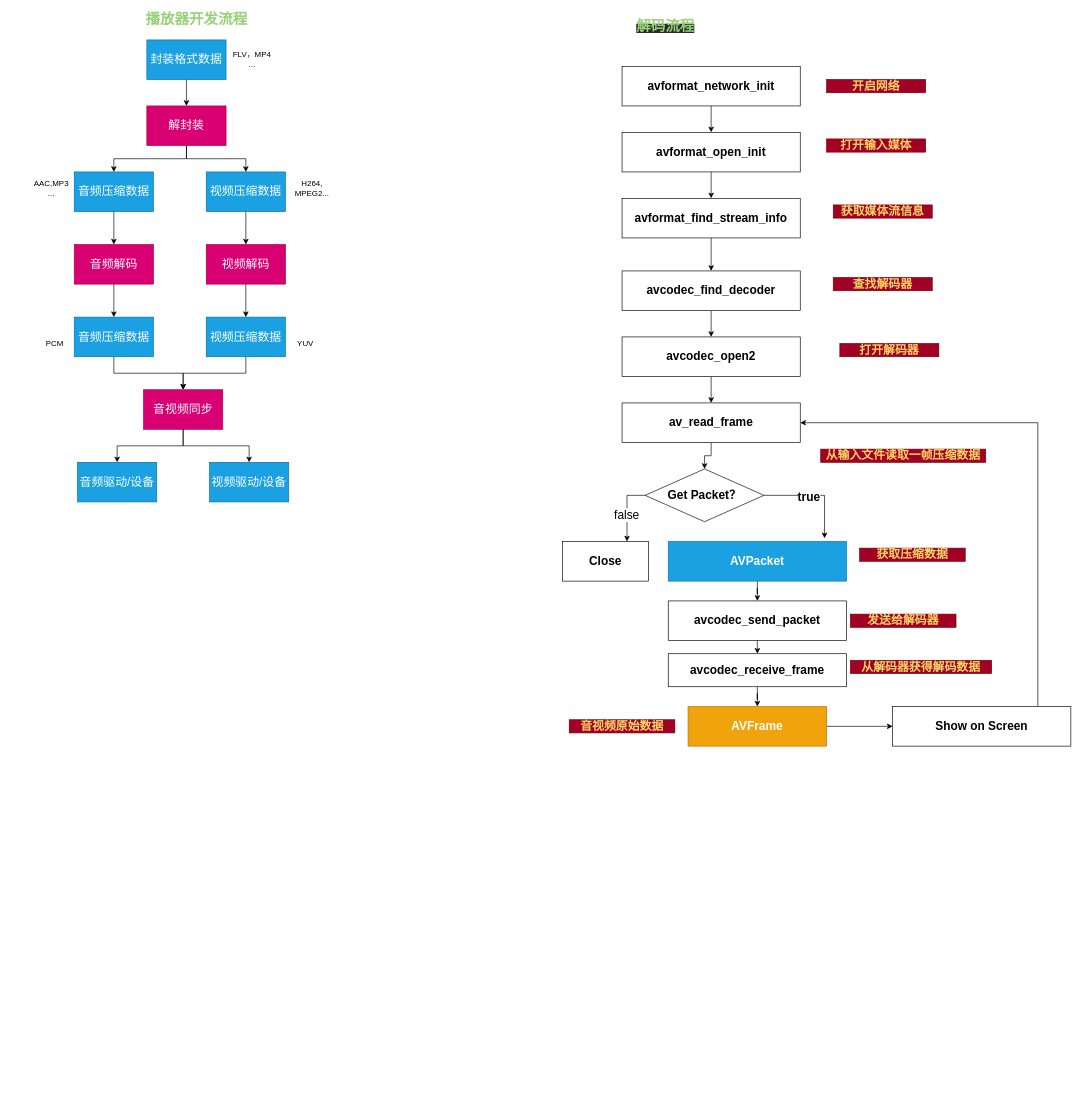
This is page "FFmpeg" (9 of 9) of docs/架构.drawio from zcwfeng/zcw_android_demo, a draw.io file, before an edit. Source tidied: cells renumbered, new cells numbered last; positions are measured from the earlier drawing's top-left corner, leaving out a move shared by most shapes. Both pictures are drawn from the tidied source at 66%, with x=0, y=0 at pixel (28, 13).
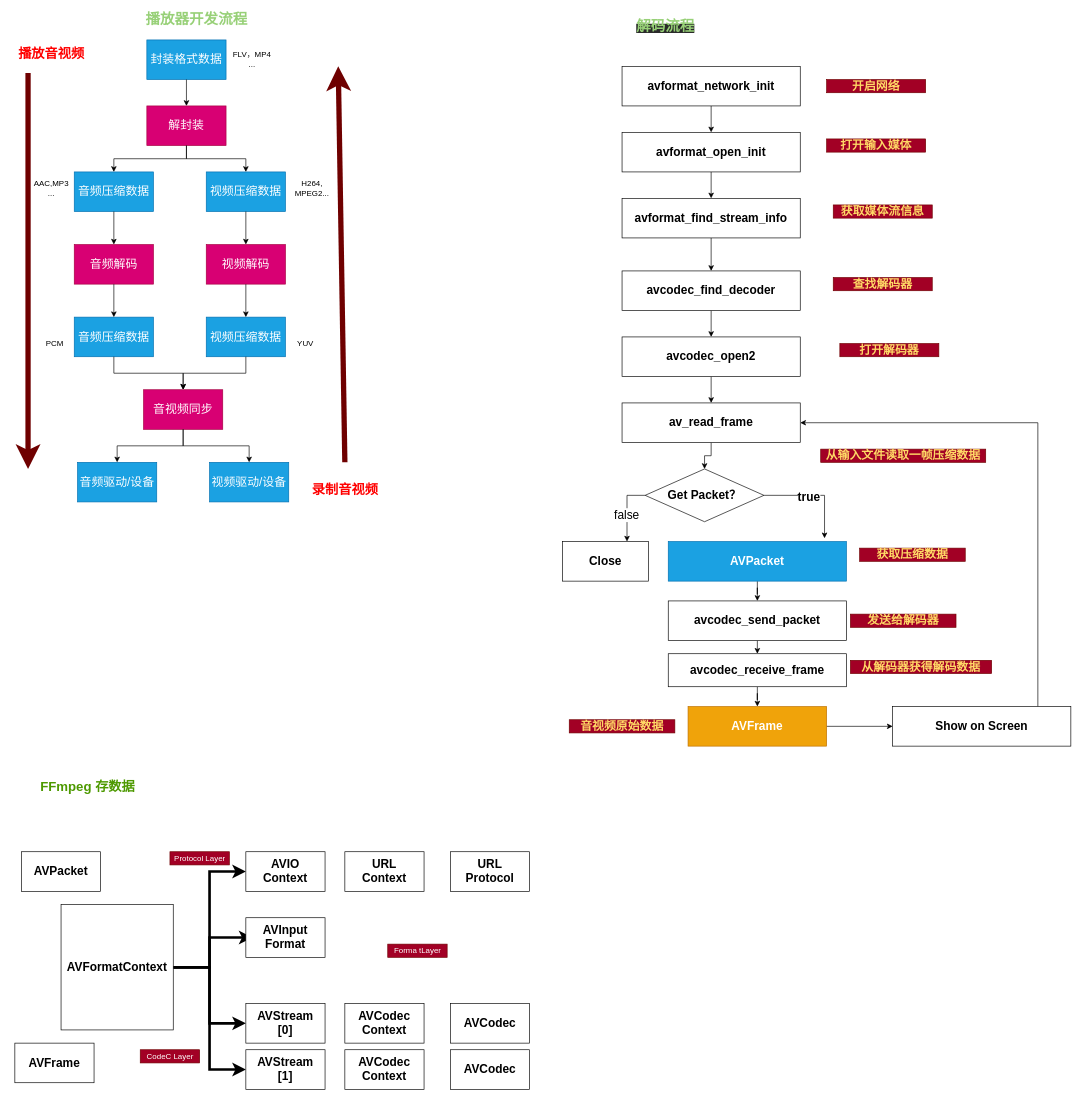
Above is the later version.

Diff of the diagram source:
```diff
@@
+    <mxCell id="72" style="group;" parent="1" vertex="1">
+      <mxGeometry width="540" height="740" as="geometry" />
+    </mxCell>
-    <mxCell id="41" style="group;" parent="1" vertex="1">
+    <mxCell id="41" style="group;" parent="72" vertex="1">
       <mxGeometry width="465" height="740" as="geometry" />
     </mxCell>
@@
+    <mxCell id="73" value="&lt;b&gt;&lt;font color=&quot;#ff0000&quot; style=&quot;font-size: 20px&quot;&gt;播放音视频&lt;/font&gt;&lt;/b&gt;" style="text;html=1;align=center;verticalAlign=middle;" parent="41" vertex="1">
+      <mxGeometry x="-25" y="50" width="120" height="20" as="geometry" />
+    </mxCell>
+    <mxCell id="74" style="endArrow=classic;html=1;strokeWidth=8;sourcePerimeterSpacing=1;targetPerimeterSpacing=8;endSize=12;fillColor=#a20025;strokeColor=#6F0000;" parent="72" edge="1">
+      <mxGeometry relative="1" as="geometry">
+        <mxPoint y="90" as="sourcePoint" />
+        <mxPoint y="690" as="targetPoint" />
+      </mxGeometry>
+    </mxCell>
+    <mxCell id="75" style="endArrow=classic;html=1;strokeWidth=8;sourcePerimeterSpacing=1;targetPerimeterSpacing=8;endSize=12;fillColor=#a20025;strokeColor=#6F0000;" parent="72" edge="1">
+      <mxGeometry relative="1" as="geometry">
+        <mxPoint x="480" y="680" as="sourcePoint" />
+        <mxPoint x="470" y="80" as="targetPoint" />
+      </mxGeometry>
+    </mxCell>
+    <mxCell id="76" value="&lt;b&gt;&lt;font color=&quot;#ff0000&quot; style=&quot;font-size: 20px&quot;&gt;录制音视频&lt;/font&gt;&lt;/b&gt;" style="text;html=1;align=center;verticalAlign=middle;" parent="72" vertex="1">
+      <mxGeometry x="420" y="710" width="120" height="20" as="geometry" />
+    </mxCell>
+    <mxCell id="77" value="&lt;b&gt;&lt;font style=&quot;font-size: 18px&quot;&gt;AVPacket&lt;/font&gt;&lt;/b&gt;" style="rounded=0;whiteSpace=wrap;html=1;" parent="1" vertex="1">
+      <mxGeometry x="-10" y="1270" width="120" height="60" as="geometry" />
+    </mxCell>
+    <mxCell id="78" value="&lt;b&gt;&lt;font style=&quot;font-size: 20px&quot; color=&quot;#4d9900&quot;&gt;FFmpeg 存数据&lt;/font&gt;&lt;/b&gt;" style="text;html=1;align=center;verticalAlign=middle;" parent="1" vertex="1">
+      <mxGeometry x="10" y="1160" width="160" height="20" as="geometry" />
+    </mxCell>
+    <mxCell id="79" value="&lt;b&gt;&lt;font style=&quot;font-size: 18px&quot;&gt;AVFrame&lt;/font&gt;&lt;/b&gt;" style="rounded=0;whiteSpace=wrap;html=1;" parent="1" vertex="1">
+      <mxGeometry x="-20" y="1560" width="120" height="60" as="geometry" />
+    </mxCell>
+    <mxCell id="80" style="edgeStyle=orthogonalEdgeStyle;rounded=0;jettySize=auto;html=1;exitX=1;exitY=0.5;exitDx=0;exitDy=0;entryX=0;entryY=0.5;entryDx=0;entryDy=0;endSize=8;strokeWidth=4;" parent="1" edge="1" source="84" target="85">
+      <mxGeometry relative="1" as="geometry" />
+    </mxCell>
+    <mxCell id="81" style="edgeStyle=orthogonalEdgeStyle;rounded=0;jettySize=auto;html=1;exitX=1;exitY=0.5;exitDx=0;exitDy=0;entryX=0;entryY=0.5;entryDx=0;entryDy=0;endSize=8;strokeWidth=4;" parent="1" edge="1" source="84" target="88">
+      <mxGeometry relative="1" as="geometry" />
+    </mxCell>
+    <mxCell id="82" style="edgeStyle=orthogonalEdgeStyle;rounded=0;jettySize=auto;html=1;entryX=0.083;entryY=0.5;entryDx=0;entryDy=0;entryPerimeter=0;endSize=8;strokeWidth=4;" parent="1" edge="1" source="84" target="94">
+      <mxGeometry relative="1" as="geometry" />
+    </mxCell>
+    <mxCell id="83" style="edgeStyle=orthogonalEdgeStyle;rounded=0;jettySize=auto;html=1;endSize=8;strokeWidth=4;" parent="1" edge="1" source="84" target="91">
+      <mxGeometry relative="1" as="geometry" />
+    </mxCell>
+    <mxCell id="84" value="&lt;b&gt;&lt;font style=&quot;font-size: 18px&quot;&gt;AVFormatContext&lt;/font&gt;&lt;/b&gt;" style="rounded=0;whiteSpace=wrap;html=1;" parent="1" vertex="1">
+      <mxGeometry x="50" y="1350" width="170" height="190" as="geometry" />
+    </mxCell>
+    <mxCell id="85" value="&lt;b&gt;&lt;font style=&quot;font-size: 18px&quot;&gt;AVIO&lt;br&gt;Context&lt;br&gt;&lt;/font&gt;&lt;/b&gt;" style="rounded=0;whiteSpace=wrap;html=1;" parent="1" vertex="1">
+      <mxGeometry x="330" y="1270" width="120" height="60" as="geometry" />
+    </mxCell>
+    <mxCell id="86" value="&lt;b&gt;&lt;font style=&quot;font-size: 18px&quot;&gt;URL&lt;br&gt;Context&lt;br&gt;&lt;/font&gt;&lt;/b&gt;" style="rounded=0;whiteSpace=wrap;html=1;" parent="1" vertex="1">
+      <mxGeometry x="480" y="1270" width="120" height="60" as="geometry" />
+    </mxCell>
+    <mxCell id="87" value="&lt;b&gt;&lt;font style=&quot;font-size: 18px&quot;&gt;URL&lt;br&gt;Protocol&lt;br&gt;&lt;/font&gt;&lt;/b&gt;" style="rounded=0;whiteSpace=wrap;html=1;" parent="1" vertex="1">
+      <mxGeometry x="640" y="1270" width="120" height="60" as="geometry" />
+    </mxCell>
+    <mxCell id="88" value="&lt;b&gt;&lt;font style=&quot;font-size: 18px&quot;&gt;AVStream&lt;br&gt;[1]&lt;/font&gt;&lt;/b&gt;" style="rounded=0;whiteSpace=wrap;html=1;" parent="1" vertex="1">
+      <mxGeometry x="330" y="1570" width="120" height="60" as="geometry" />
+    </mxCell>
+    <mxCell id="89" value="&lt;b&gt;&lt;font style=&quot;font-size: 18px&quot;&gt;AVCodec&lt;br&gt;Context&lt;/font&gt;&lt;/b&gt;" style="rounded=0;whiteSpace=wrap;html=1;" parent="1" vertex="1">
+      <mxGeometry x="480" y="1570" width="120" height="60" as="geometry" />
+    </mxCell>
+    <mxCell id="90" value="&lt;b&gt;&lt;font style=&quot;font-size: 18px&quot;&gt;AVCodec&lt;/font&gt;&lt;/b&gt;" style="rounded=0;whiteSpace=wrap;html=1;" parent="1" vertex="1">
+      <mxGeometry x="640" y="1570" width="120" height="60" as="geometry" />
+    </mxCell>
+    <mxCell id="91" value="&lt;b&gt;&lt;font style=&quot;font-size: 18px&quot;&gt;AVStream&lt;br&gt;[0]&lt;br&gt;&lt;/font&gt;&lt;/b&gt;" style="rounded=0;whiteSpace=wrap;html=1;" parent="1" vertex="1">
+      <mxGeometry x="330" y="1500" width="120" height="60" as="geometry" />
+    </mxCell>
+    <mxCell id="92" value="&lt;b&gt;&lt;font style=&quot;font-size: 18px&quot;&gt;AVCodec&lt;br&gt;Context&lt;br&gt;&lt;/font&gt;&lt;/b&gt;" style="rounded=0;whiteSpace=wrap;html=1;" parent="1" vertex="1">
+      <mxGeometry x="480" y="1500" width="120" height="60" as="geometry" />
+    </mxCell>
+    <mxCell id="93" value="&lt;b&gt;&lt;font style=&quot;font-size: 18px&quot;&gt;AVCodec&lt;/font&gt;&lt;/b&gt;" style="rounded=0;whiteSpace=wrap;html=1;" parent="1" vertex="1">
+      <mxGeometry x="640" y="1500" width="120" height="60" as="geometry" />
+    </mxCell>
+    <mxCell id="94" value="&lt;b&gt;&lt;font style=&quot;font-size: 18px&quot;&gt;AVInput&lt;br&gt;Format&lt;br&gt;&lt;/font&gt;&lt;/b&gt;" style="rounded=0;whiteSpace=wrap;html=1;" parent="1" vertex="1">
+      <mxGeometry x="330" y="1370" width="120" height="60" as="geometry" />
+    </mxCell>
+    <mxCell id="95" value="Protocol Layer" style="text;html=1;align=center;verticalAlign=middle;fillColor=#a20025;strokeColor=#6F0000;fontColor=#ffffff;" parent="1" vertex="1">
+      <mxGeometry x="215" y="1270" width="90" height="20" as="geometry" />
+    </mxCell>
+    <mxCell id="96" value="Forma tLayer" style="text;html=1;align=center;verticalAlign=middle;fillColor=#a20025;strokeColor=#6F0000;fontColor=#ffffff;" parent="1" vertex="1">
+      <mxGeometry x="545" y="1410" width="90" height="20" as="geometry" />
+    </mxCell>
+    <mxCell id="97" value="CodeC Layer" style="text;html=1;align=center;verticalAlign=middle;fillColor=#a20025;strokeColor=#6F0000;fontColor=#ffffff;" parent="1" vertex="1">
+      <mxGeometry x="170" y="1570" width="90" height="20" as="geometry" />
+    </mxCell>
```
